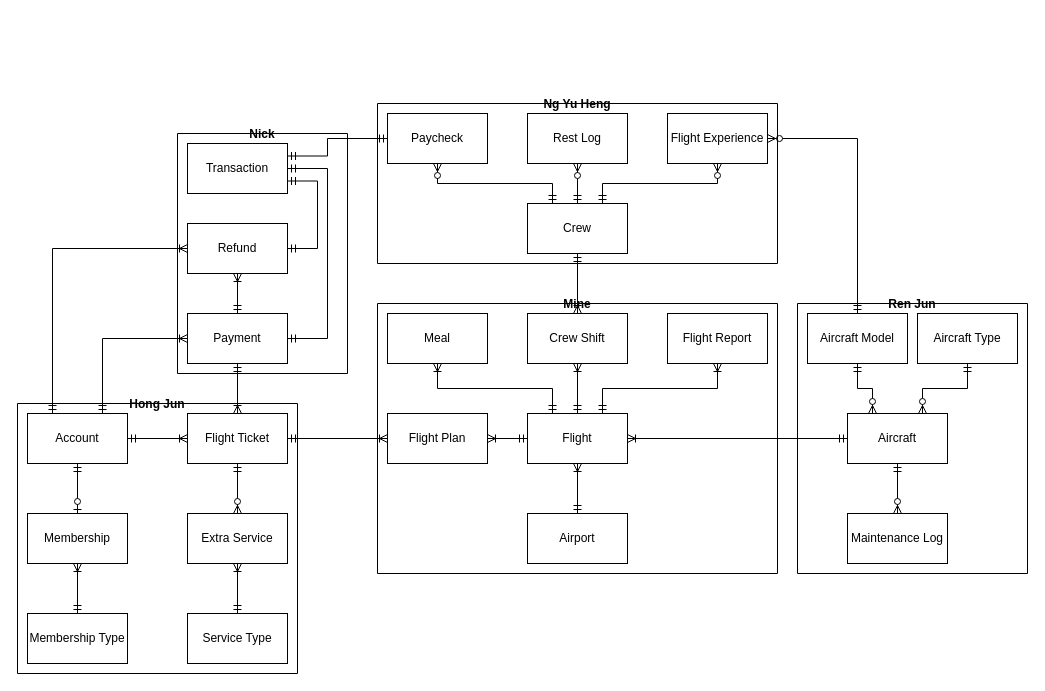
Before: erd.drawio in Poleric/database-design-assignment, a draw.io diagram. Source tidied: cells renumbered, new cells numbered last; positions are measured from the earlier drawing's top-left corner, leaving out a move shared by most shapes. Both pictures are drawn from the tidied source at 100%, with x=0, y=0 at pixel (17, 103).
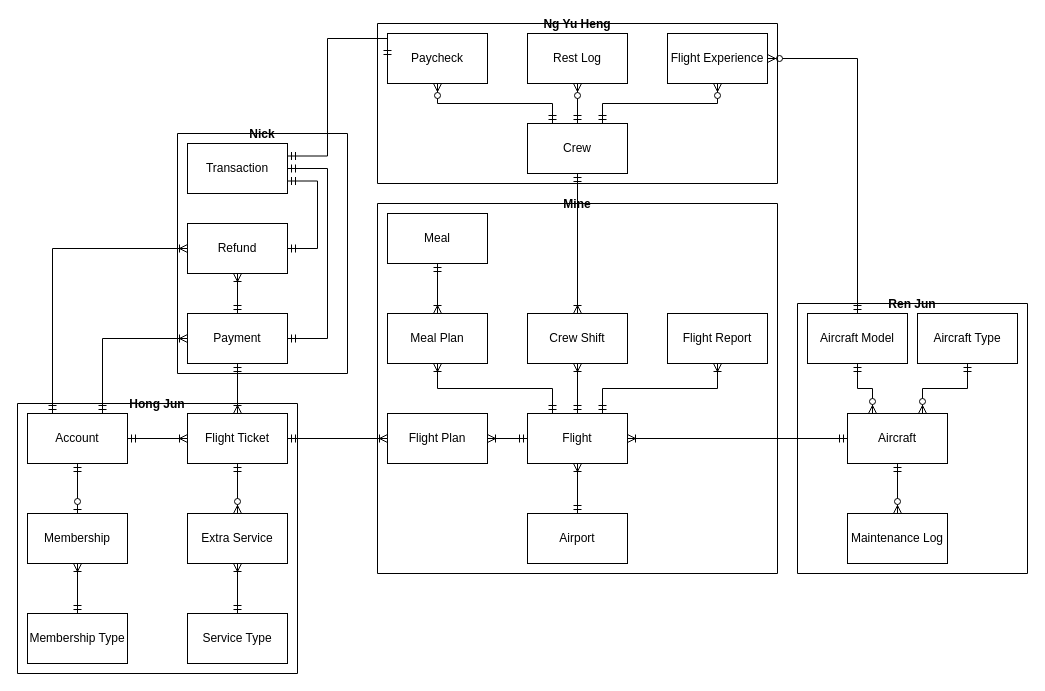
Above is the later version.

Commit message (it also covers changes not shown here):
add associative table

The change refers to these unchanged cells:
```xml
<mxCell id="47" value="Transaction" style="html=1;dashed=0;whiteSpace=wrap;" parent="1" vertex="1">
  <mxGeometry x="170" y="40" width="100" height="50" as="geometry" />
</mxCell>
```

Diff of the diagram source:
```diff
@@
     <mxCell id="4" value="Crew" style="html=1;dashed=0;whiteSpace=wrap;" parent="1" vertex="1">
-      <mxGeometry x="510" y="100" width="100" height="50" as="geometry" />
+      <mxGeometry x="510" y="20" width="100" height="50" as="geometry" />
     </mxCell>
     <mxCell id="5" value="Paycheck" style="html=1;dashed=0;whiteSpace=wrap;" parent="1" vertex="1">
-      <mxGeometry x="370" y="10" width="100" height="50" as="geometry" />
+      <mxGeometry x="370" y="-70" width="100" height="50" as="geometry" />
     </mxCell>
@@
-    <mxCell id="28" value="Meal" style="html=1;dashed=0;whiteSpace=wrap;" parent="1" vertex="1">
-      <mxGeometry x="370" y="210" width="100" height="50" as="geometry" />
-    </mxCell>
@@
     <mxCell id="31" value="Rest Log" style="html=1;dashed=0;whiteSpace=wrap;" parent="1" vertex="1">
-      <mxGeometry x="510" y="10" width="100" height="50" as="geometry" />
+      <mxGeometry x="510" y="-70" width="100" height="50" as="geometry" />
     </mxCell>
@@
     <mxCell id="35" value="Flight Experience" style="html=1;dashed=0;whiteSpace=wrap;" parent="1" vertex="1">
-      <mxGeometry x="650" y="10" width="100" height="50" as="geometry" />
+      <mxGeometry x="650" y="-70" width="100" height="50" as="geometry" />
     </mxCell>
@@
-    <mxCell id="50" style="edgeStyle=orthogonalEdgeStyle;fontSize=12;html=1;endArrow=ERmandOne;startArrow=ERmandOne;rounded=0;entryX=1;entryY=0.25;entryDx=0;entryDy=0;" parent="1" edge="1" source="5" target="47">
+    <mxCell id="50" style="edgeStyle=orthogonalEdgeStyle;fontSize=12;html=1;endArrow=ERmandOne;startArrow=ERmandOne;rounded=0;entryX=1;entryY=0.25;entryDx=0;entryDy=0;exitX=0;exitY=0.5;exitDx=0;exitDy=0;" parent="1" edge="1" source="5" target="47">
       <mxGeometry relative="1" as="geometry">
         <Array as="points">
-          <mxPoint x="310" y="35" />
+          <mxPoint x="310" y="-65" />
           <mxPoint x="310" y="53" />
         </Array>
       </mxGeometry>
     </mxCell>
@@
-    <mxCell id="52" value="Mine" style="swimlane;startSize=0;" parent="1" vertex="1">
-      <mxGeometry x="360" y="200" width="400" height="270" as="geometry" />
-    </mxCell>
@@
     <mxCell id="55" value="Ng Yu Heng" style="swimlane;startSize=0;" parent="1" vertex="1">
-      <mxGeometry x="360" width="400" height="160" as="geometry" />
+      <mxGeometry x="360" y="-80" width="400" height="160" as="geometry" />
     </mxCell>
@@
+    <mxCell id="28" value="Meal Plan" style="html=1;dashed=0;whiteSpace=wrap;" parent="1" vertex="1">
+      <mxGeometry x="370" y="210" width="100" height="50" as="geometry" />
+    </mxCell>
+    <mxCell id="57" value="Meal" style="html=1;dashed=0;whiteSpace=wrap;" parent="1" vertex="1">
+      <mxGeometry x="370" y="110" width="100" height="50" as="geometry" />
+    </mxCell>
+    <mxCell id="58" style="edgeStyle=orthogonalEdgeStyle;fontSize=12;html=1;endArrow=ERoneToMany;startArrow=ERmandOne;rounded=0;entryX=0.5;entryY=0;entryDx=0;entryDy=0;exitX=0.5;exitY=1;exitDx=0;exitDy=0;" parent="1" edge="1" source="57" target="28">
+      <mxGeometry relative="1" as="geometry" />
+    </mxCell>
+    <mxCell id="52" value="Mine" style="swimlane;startSize=0;" parent="1" vertex="1">
+      <mxGeometry x="360" y="100" width="400" height="370" as="geometry" />
+    </mxCell>
```
